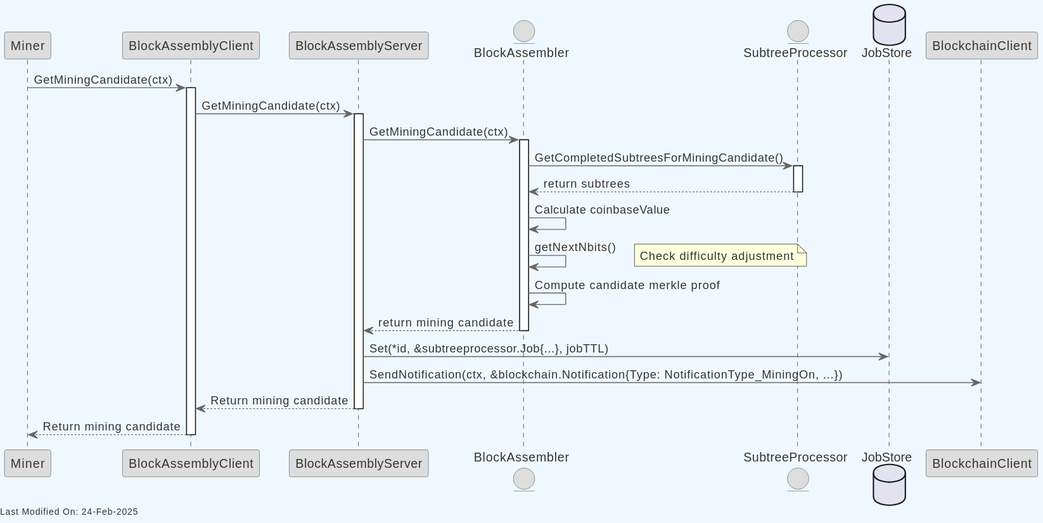
Earlier version of the PlantUML export topics/services/img/plantuml/blockassembly/block_assembly_get_mining_candidate.svg (icellan/teranode). Its source is kept beside it as topics/services/img/plantuml/blockassembly/block_assembly_get_mining_candidate.puml. Its diagram source:
```plantuml
@startuml
skinparam backgroundColor #F0F8FF
skinparam defaultFontColor #333333
skinparam arrowColor #666666

skinparam entity {
  BorderColor #666666
  BackgroundColor #DDDDDD
}

skinparam control {
  BorderColor #666666
  BackgroundColor #DDDDDD
}

skinparam participant {
  BorderColor #666666
  BackgroundColor #DDDDDD
}



participant "Miner" as Miner
participant "BlockAssemblyClient" as Client
participant "BlockAssemblyServer" as Server
entity "BlockAssembler" as Assembler
entity "SubtreeProcessor" as SubtreeProc
database "JobStore" as JobStore
participant "BlockchainClient" as BlockchainClient

Miner -> Client : GetMiningCandidate(ctx)
activate Client

Client -> Server : GetMiningCandidate(ctx)
activate Server

Server -> Assembler : GetMiningCandidate(ctx)
activate Assembler

Assembler -> SubtreeProc : GetCompletedSubtreesForMiningCandidate()
activate SubtreeProc
SubtreeProc --> Assembler : return subtrees
deactivate SubtreeProc

Assembler -> Assembler : Calculate coinbaseValue
Assembler -> Assembler : getNextNbits()
note right: Check difficulty adjustment

Assembler -> Assembler : Compute candidate merkle proof
Assembler --> Server : return mining candidate
deactivate Assembler

Server -> JobStore : Set(*id, &subtreeprocessor.Job{...}, jobTTL)
Server -> BlockchainClient : SendNotification(ctx, &blockchain.Notification{Type: NotificationType_MiningOn, ...})

Server --> Client : Return mining candidate
deactivate Server

Client --> Miner : Return mining candidate
deactivate Client

left footer Last Modified On: %date("dd-MMM-yyyy")

@enduml
```
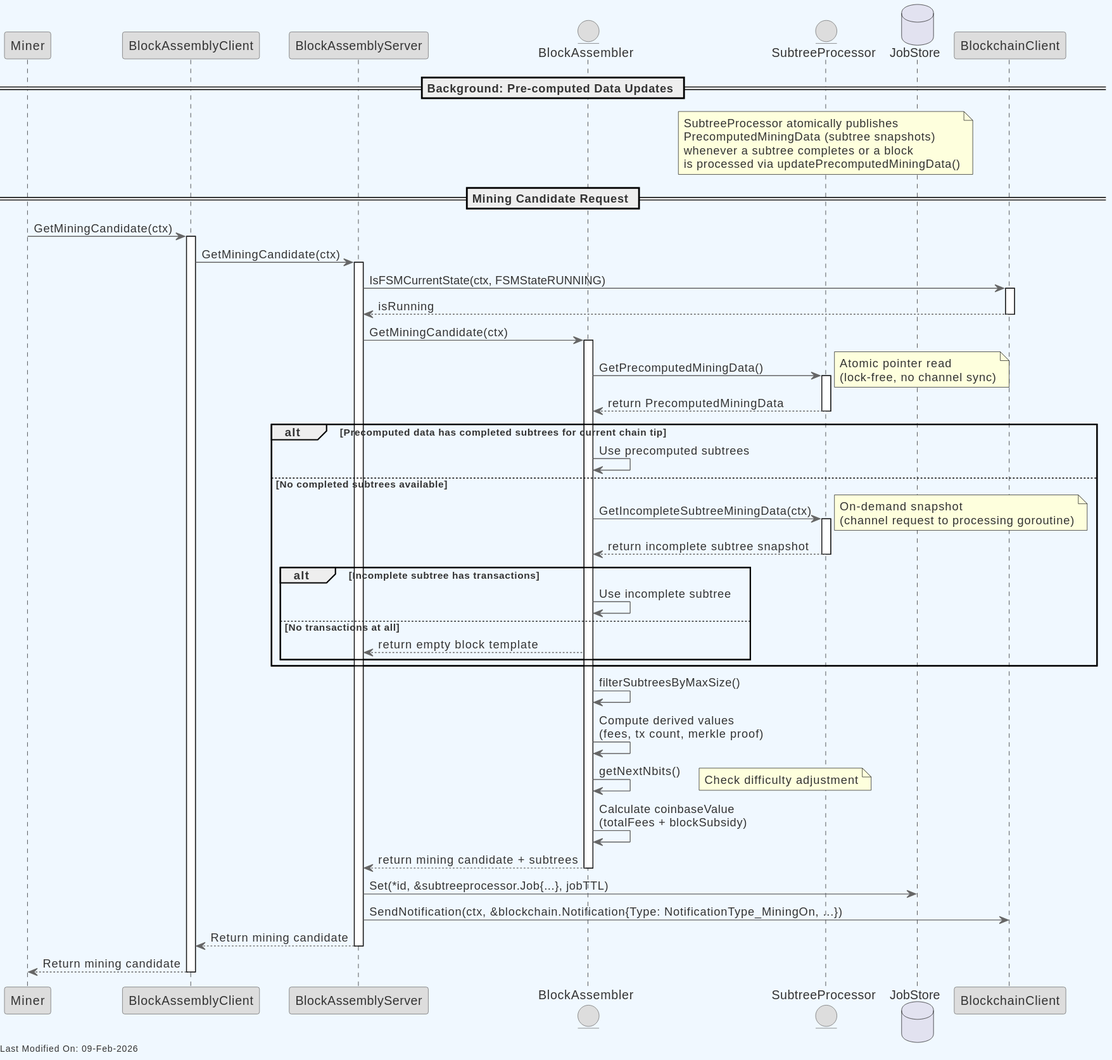
Above is the later version.

What changed in the source:
```diff
@@ -28,26 +28,58 @@
 database "JobStore" as JobStore
 participant "BlockchainClient" as BlockchainClient
 
+== Background: Pre-computed Data Updates ==
+note over SubtreeProc
+  SubtreeProcessor atomically publishes
+  PrecomputedMiningData (subtree snapshots)
+  whenever a subtree completes or a block
+  is processed via updatePrecomputedMiningData()
+end note
+
+== Mining Candidate Request ==
+
 Miner -> Client : GetMiningCandidate(ctx)
 activate Client
 
 Client -> Server : GetMiningCandidate(ctx)
 activate Server
 
+Server -> BlockchainClient : IsFSMCurrentState(ctx, FSMStateRUNNING)
+activate BlockchainClient
+BlockchainClient --> Server : isRunning
+deactivate BlockchainClient
+
 Server -> Assembler : GetMiningCandidate(ctx)
 activate Assembler
 
-Assembler -> SubtreeProc : GetCompletedSubtreesForMiningCandidate()
+Assembler -> SubtreeProc : GetPrecomputedMiningData()
+note right: Atomic pointer read\n(lock-free, no channel sync)
 activate SubtreeProc
-SubtreeProc --> Assembler : return subtrees
+SubtreeProc --> Assembler : return PrecomputedMiningData
 deactivate SubtreeProc
 
-Assembler -> Assembler : Calculate coinbaseValue
+alt Precomputed data has completed subtrees for current chain tip
+  Assembler -> Assembler : Use precomputed subtrees
+else No completed subtrees available
+  Assembler -> SubtreeProc : GetIncompleteSubtreeMiningData(ctx)
+  note right: On-demand snapshot\n(channel request to processing goroutine)
+  activate SubtreeProc
+  SubtreeProc --> Assembler : return incomplete subtree snapshot
+  deactivate SubtreeProc
+  alt Incomplete subtree has transactions
+    Assembler -> Assembler : Use incomplete subtree
+  else No transactions at all
+    Assembler --> Server : return empty block template
+  end
+end
+
+Assembler -> Assembler : filterSubtreesByMaxSize()
+Assembler -> Assembler : Compute derived values\n(fees, tx count, merkle proof)
 Assembler -> Assembler : getNextNbits()
 note right: Check difficulty adjustment
+Assembler -> Assembler : Calculate coinbaseValue\n(totalFees + blockSubsidy)
 
-Assembler -> Assembler : Compute candidate merkle proof
-Assembler --> Server : return mining candidate
+Assembler --> Server : return mining candidate + subtrees
 deactivate Assembler
 
 Server -> JobStore : Set(*id, &subtreeprocessor.Job{...}, jobTTL)
```
